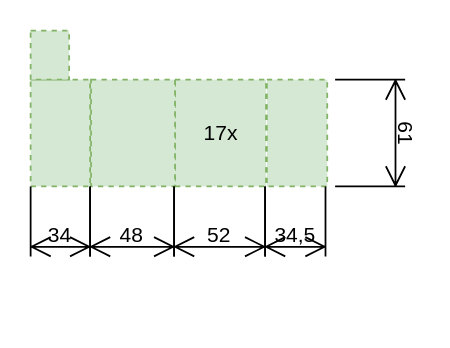
algimas/tmp keeps this draw.io diagram as HouseRoof.drawio. Above is the earlier version. Source tidied: cells renumbered, new cells numbered last; positions are measured from the earlier drawing's top-left corner, leaving out a move shared by most shapes. Both pictures are drawn from the tidied source at 175%, with x=0, y=0 at pixel (30, 30).
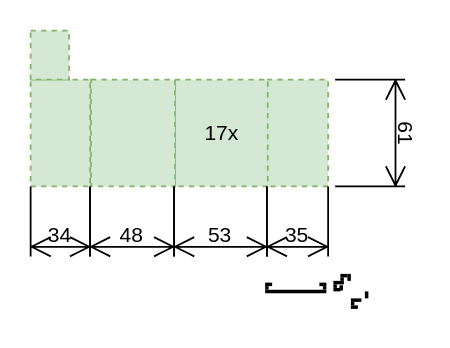
After the change.

Change to the diagram source:
```diff
@@
     <mxCell id="2" style="rounded=0;whiteSpace=wrap;html=1;fillColor=#d5e8d4;strokeColor=#82b366;dashed=1;" parent="1" vertex="1">
-      <mxGeometry x="135" y="28" width="34.5" height="61" as="geometry" />
+      <mxGeometry x="135" y="28" width="35" height="61" as="geometry" />
     </mxCell>
@@
     <mxCell id="5" value="17x" style="rounded=0;whiteSpace=wrap;html=1;fillColor=#d5e8d4;strokeColor=#82b366;dashed=1;" parent="1" vertex="1">
-      <mxGeometry x="82.5" y="28" width="52" height="61" as="geometry" />
+      <mxGeometry x="82.5" y="28" width="53" height="61" as="geometry" />
     </mxCell>
@@
-    <mxCell id="9" value="52" style="shape=dimension;whiteSpace=wrap;html=1;align=center;verticalAlign=bottom;spacingBottom=3;labelBackgroundColor=none;" parent="1" vertex="1">
-      <mxGeometry x="82" y="89" width="52" height="40" as="geometry" />
+    <mxCell id="9" value="53" style="shape=dimension;whiteSpace=wrap;html=1;align=center;verticalAlign=bottom;spacingBottom=3;labelBackgroundColor=none;" parent="1" vertex="1">
+      <mxGeometry x="82" y="89" width="53" height="40" as="geometry" />
     </mxCell>
-    <mxCell id="10" value="34,5" style="shape=dimension;whiteSpace=wrap;html=1;align=center;verticalAlign=bottom;spacingBottom=3;labelBackgroundColor=none;" parent="1" vertex="1">
-      <mxGeometry x="134" y="89" width="34.5" height="40" as="geometry" />
+    <mxCell id="10" value="35" style="shape=dimension;whiteSpace=wrap;html=1;align=center;verticalAlign=bottom;spacingBottom=3;labelBackgroundColor=none;" parent="1" vertex="1">
+      <mxGeometry x="135" y="89" width="35" height="40" as="geometry" />
     </mxCell>
@@
+    <mxCell id="12" style="group;" parent="1" vertex="1">
+      <mxGeometry x="130" y="140" width="43" height="14" as="geometry" />
+    </mxCell>
+    <mxCell id="13" style="line;strokeWidth=2;html=1;" parent="12" vertex="1">
+      <mxGeometry x="4" y="4" width="35" height="10" as="geometry" />
+    </mxCell>
+    <mxCell id="14" style="line;strokeWidth=2;html=1;rotation=90;" parent="12" vertex="1">
+      <mxGeometry x="4" y="2" width="2" height="10" as="geometry" />
+    </mxCell>
+    <mxCell id="15" style="line;strokeWidth=2;html=1;rotation=90;" parent="12" vertex="1">
+      <mxGeometry x="37" y="2" width="2" height="10" as="geometry" />
+    </mxCell>
+    <mxCell id="16" style="line;strokeWidth=2;html=1;rotation=0;" parent="12" vertex="1">
+      <mxGeometry x="35" width="4" height="10" as="geometry" />
+    </mxCell>
+    <mxCell id="17" style="line;strokeWidth=2;html=1;rotation=0;" parent="12" vertex="1">
+      <mxGeometry x="4" width="4" height="10" as="geometry" />
+    </mxCell>
+    <mxCell id="18" style="line;strokeWidth=2;html=1;rotation=0;" parent="1" vertex="1">
+      <mxGeometry x="177" y="135" width="4" height="10" as="geometry" />
+    </mxCell>
+    <mxCell id="19" style="group;rotation=0;" parent="1" vertex="1">
+      <mxGeometry x="169" y="139" width="18" height="14" as="geometry" />
+    </mxCell>
+    <mxCell id="20" style="line;strokeWidth=2;html=1;rotation=0;" parent="19" vertex="1">
+      <mxGeometry x="4" width="6" height="10" as="geometry" />
+    </mxCell>
+    <mxCell id="21" style="line;strokeWidth=2;html=1;rotation=90;" parent="19" vertex="1">
+      <mxGeometry x="4" y="2" width="2" height="10" as="geometry" />
+    </mxCell>
+    <mxCell id="22" style="line;strokeWidth=2;html=1;rotation=90;" parent="19" vertex="1">
+      <mxGeometry x="8" y="-2" width="2" height="10" as="geometry" />
+    </mxCell>
+    <mxCell id="23" style="line;strokeWidth=2;html=1;rotation=0;" parent="19" vertex="1">
+      <mxGeometry x="4" y="4" width="4" height="10" as="geometry" />
+    </mxCell>
+    <mxCell id="24" style="line;strokeWidth=2;html=1;rotation=90;" parent="19" vertex="1">
+      <mxGeometry x="11" y="-3" width="4" height="10" as="geometry" />
+    </mxCell>
+    <mxCell id="25" style="group;rotation=0;" parent="1" vertex="1">
+      <mxGeometry x="179" y="149" width="18" height="14" as="geometry" />
+    </mxCell>
+    <mxCell id="26" style="line;strokeWidth=2;html=1;rotation=0;" parent="25" vertex="1">
+      <mxGeometry x="4" width="6" height="10" as="geometry" />
+    </mxCell>
+    <mxCell id="27" style="line;strokeWidth=2;html=1;rotation=90;" parent="25" vertex="1">
+      <mxGeometry x="4" y="2" width="2" height="10" as="geometry" />
+    </mxCell>
+    <mxCell id="28" style="line;strokeWidth=2;html=1;rotation=0;" parent="25" vertex="1">
+      <mxGeometry x="4" y="4" width="4" height="10" as="geometry" />
+    </mxCell>
+    <mxCell id="29" style="line;strokeWidth=2;html=1;rotation=90;" parent="25" vertex="1">
+      <mxGeometry x="11" y="-3" width="4" height="10" as="geometry" />
+    </mxCell>
+    <mxCell id="30" style="line;strokeWidth=2;html=1;rotation=90;" parent="1" vertex="1">
+      <mxGeometry x="176" y="142" width="3" height="10" as="geometry" />
+    </mxCell>
```
